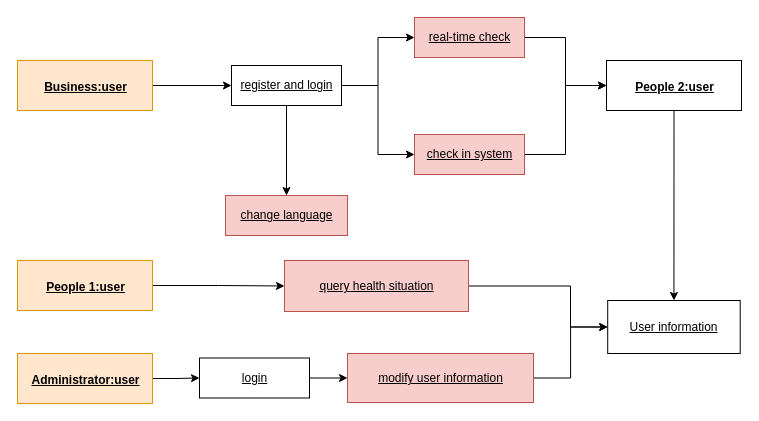
vivianyiye/vivianyiye keeps this draw.io diagram as page "object diagram2" (6 of 6) of object diagram.drawio. Above is the earlier version. Source tidied: cells renumbered, new cells numbered last; positions are measured from the earlier drawing's top-left corner, leaving out a move shared by most shapes. Both pictures are drawn from the tidied source at 100%, with x=0, y=0 at pixel (17, 17).
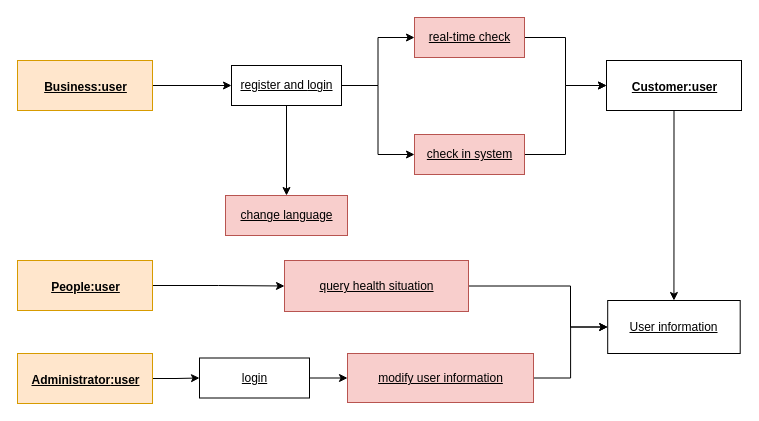
The same diagram, later.

Diff of the diagram source:
```diff
@@
-    <mxCell id="20" value="&lt;div style=&quot;text-align: left&quot;&gt;&lt;p style=&quot;margin: 4px 0px 0px ; text-align: center&quot;&gt;&lt;b&gt;&lt;u&gt;People 1:user&lt;/u&gt;&lt;/b&gt;&lt;/p&gt;&lt;/div&gt;" style="html=1;fillColor=#ffe6cc;strokeColor=#d79b00;" parent="1" vertex="1">
+    <mxCell id="20" value="&lt;div style=&quot;text-align: left&quot;&gt;&lt;p style=&quot;margin: 4px 0px 0px ; text-align: center&quot;&gt;&lt;b&gt;&lt;u&gt;People:user&lt;/u&gt;&lt;/b&gt;&lt;/p&gt;&lt;/div&gt;" style="html=1;fillColor=#ffe6cc;strokeColor=#d79b00;" parent="1" vertex="1">
       <mxGeometry y="243" width="135" height="50" as="geometry" />
     </mxCell>
@@
-    <mxCell id="23" value="&lt;div style=&quot;text-align: left&quot;&gt;&lt;p style=&quot;margin: 4px 0px 0px ; text-align: center&quot;&gt;&lt;b&gt;&lt;u&gt;People 2:user&lt;/u&gt;&lt;/b&gt;&lt;/p&gt;&lt;/div&gt;" style="html=1;" parent="1" vertex="1">
+    <mxCell id="23" value="&lt;div style=&quot;text-align: left&quot;&gt;&lt;p style=&quot;margin: 4px 0px 0px ; text-align: center&quot;&gt;&lt;b&gt;&lt;u&gt;Customer:user&lt;/u&gt;&lt;/b&gt;&lt;/p&gt;&lt;/div&gt;" style="html=1;" parent="1" vertex="1">
       <mxGeometry x="589" y="43" width="135" height="50" as="geometry" />
     </mxCell>
```
